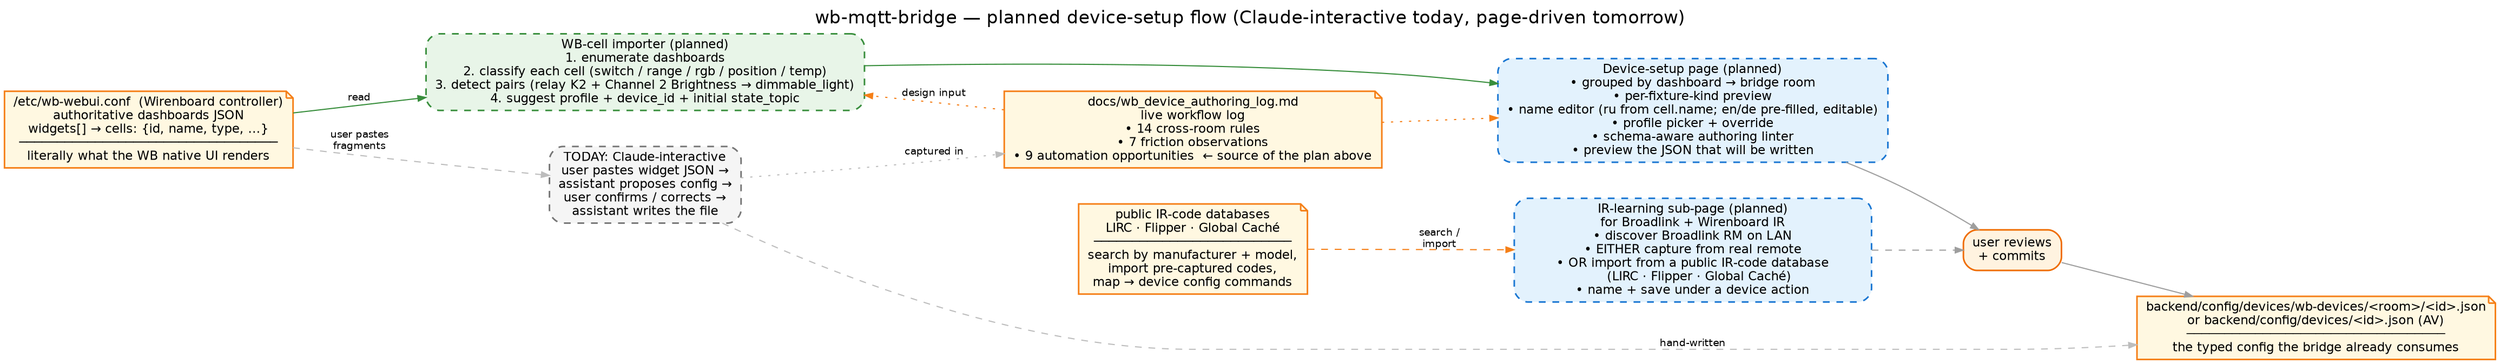
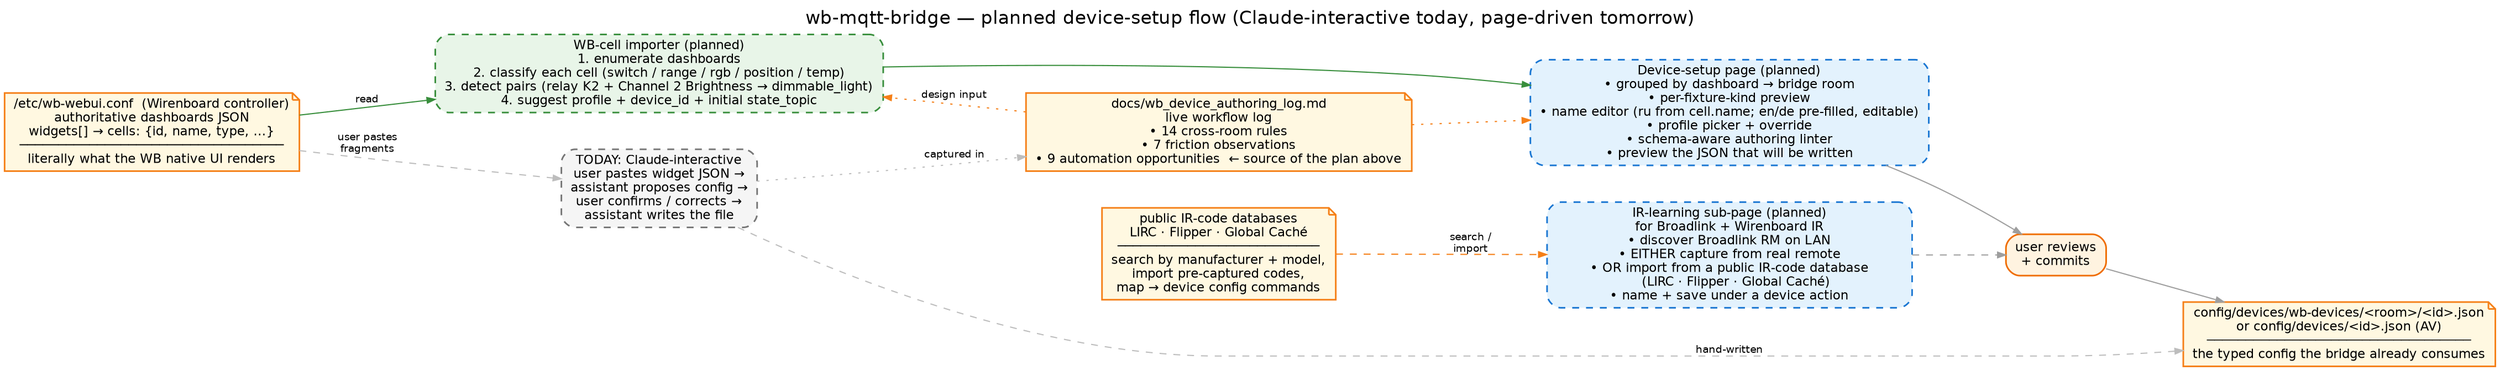
// wb-mqtt-bridge — planned device-setup flow. Render:
//   dot -Tpng docs/images/device-setup-flow.dot -o docs/images/device-setup-flow.png
// Palette: see hexagon.dot header.
digraph device_setup {
  rankdir=LR;
  bgcolor="white";
  splines=spline;
  nodesep=0.45; ranksep=0.9;
  fontname="Helvetica"; labelloc=t; fontsize=16;
  label="wb-mqtt-bridge — planned device-setup flow (Claude-interactive today, page-driven tomorrow)";

  node [fontname="Helvetica", fontsize=11, shape=box, style="filled,rounded", penwidth=1.4];
  edge [fontname="Helvetica", fontsize=9, color="#9e9e9e", arrowsize=0.7];

  // --- the source of truth on the controller ---
  wbconf [shape=note, fillcolor="#fff8e1", color="#f57f17",
          label="/etc/wb-webui.conf  (Wirenboard controller)\nauthoritative dashboards JSON\nwidgets[] → cells: {id, name, type, …}\n──────────────────────────────────\nliterally what the WB native UI renders"];

  // --- the importer (planned) ---
  importer [label="WB-cell importer (planned)\n1. enumerate dashboards\n2. classify each cell (switch / range / rgb / position / temp)\n3. detect pairs (relay K2 + Channel 2 Brightness → dimmable_light)\n4. suggest profile + device_id + initial state_topic",
            fillcolor="#e8f5e8", color="#388e3c", width=4.6, style="filled,rounded,dashed"];

  // --- the setup page (planned) ---
  page [label="Device-setup page (planned)\n• grouped by dashboard → bridge room\n• per-fixture-kind preview\n• name editor (ru from cell.name; en/de pre-filled, editable)\n• profile picker + override\n• schema-aware authoring linter\n• preview the JSON that will be written",
        fillcolor="#e3f2fd", color="#1976d2", width=4.6, style="filled,rounded,dashed"];

  // --- IR-learning sub-page (planned) ---
  ir_page [label="IR-learning sub-page (planned)\nfor Broadlink + Wirenboard IR\n• discover Broadlink RM on LAN\n• EITHER capture from real remote\n• OR import from a public IR-code database\n   (LIRC · Flipper · Global Caché)\n• name + save under a device action",
           fillcolor="#e3f2fd", color="#1976d2", width=4.4, style="filled,rounded,dashed"];

  // --- public IR-code databases as input source ---
  ir_db [shape=note, fillcolor="#fff8e1", color="#f57f17",
         label="public IR-code databases\nLIRC · Flipper · Global Caché\n──────────────────────────\nsearch by manufacturer + model,\nimport pre-captured codes,\nmap → device config commands"];

  // --- user review ---
  user [label="user reviews\n+ commits",
        fillcolor="#fff3e0", color="#ef6c00"];

  // --- the artefacts produced ---
  cfg [shape=note, fillcolor="#fff8e1", color="#f57f17",
-        label="backend/config/devices/wb-devices/<room>/<id>.json\nor backend/config/devices/<id>.json (AV)\n──────────────────────────────────\nthe typed config the bridge already consumes"];
+        label="config/devices/wb-devices/<room>/<id>.json\nor config/devices/<id>.json (AV)\n──────────────────────────────────\nthe typed config the bridge already consumes"];

  // --- claude-interactive flow today (parallel lane) ---
  claude [label="TODAY: Claude-interactive\nuser pastes widget JSON →\nassistant proposes config →\nuser confirms / corrects →\nassistant writes the file",
          fillcolor="#f5f5f5", color="#757575", style="filled,rounded,dashed"];

  log [shape=note, fillcolor="#fff8e1", color="#f57f17",
       label="docs/wb_device_authoring_log.md\nlive workflow log\n• 14 cross-room rules\n• 7 friction observations\n• 9 automation opportunities  ← source of the plan above"];

  // edges
  wbconf -> importer [label="read", color="#388e3c"];
  importer -> page [color="#388e3c"];
  page -> user;
  ir_db -> ir_page [label="search /\nimport", color="#f57f17", style=dashed];
  ir_page -> user [style=dashed];
  user -> cfg;

  // claude flow today
  wbconf -> claude [label="user pastes\nfragments", style=dashed, color="#bdbdbd"];
  claude -> cfg [style=dashed, color="#bdbdbd", label="hand-written"];
  claude -> log [style=dotted, color="#bdbdbd", label="captured in"];
  log -> importer [style=dotted, color="#f57f17", label="design input"];
  log -> page    [style=dotted, color="#f57f17"];

  {rank=same; importer; claude}
  {rank=same; page; ir_page}
}
